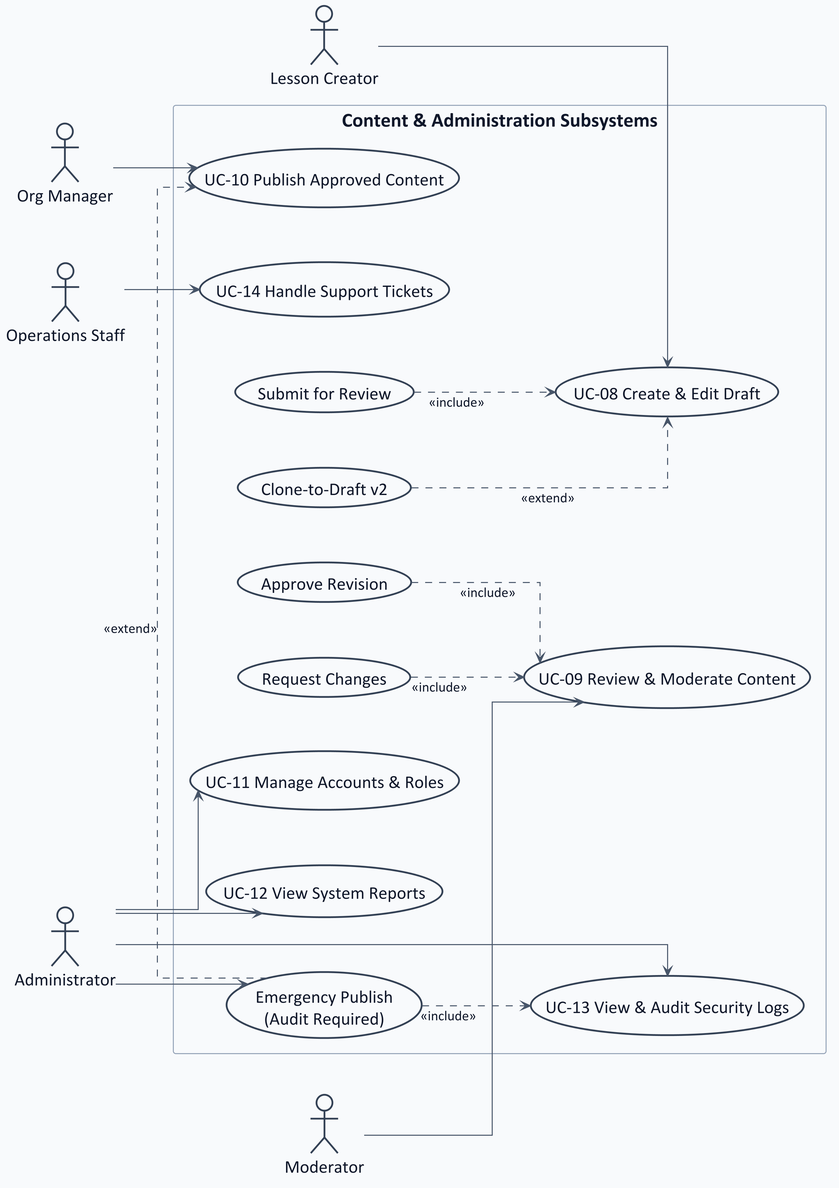
The PlantUML diagram docs/diagrams/lingora-modeling/out/04-usecase-content-admin.png in PhamNguyenThanhTung/lingora-workspace, before a commit. Its source is kept beside it as docs/diagrams/lingora-modeling/src/04-usecase-content-admin.puml. Its diagram source:
```plantuml
@startuml
!include _style.puml
left to right direction
skinparam linetype ortho
skinparam nodesep 55
skinparam ranksep 65

actor "Lesson Creator" as Creator
actor "Moderator" as Moderator
actor "Org Manager" as OrgMgr
actor "Operations Staff" as OpsStaff
actor "Administrator" as Admin

rectangle "Content & Administration Subsystems" {
  usecase "UC-08 Create & Edit Draft" as UC08
  usecase "Submit for Review" as SubmitReview
  usecase "Clone-to-Draft v2" as CloneDraft

  usecase "UC-09 Review & Moderate Content" as UC09
  usecase "Approve Revision" as ApproveRev
  usecase "Request Changes" as RequestChanges

  usecase "UC-10 Publish Approved Content" as UC10
  usecase "Emergency Publish\n(Audit Required)" as EmergencyPublish

  usecase "UC-11 Manage Accounts & Roles" as UC11
  usecase "UC-12 View System Reports" as UC12
  usecase "UC-13 View & Audit Security Logs" as UC13
  usecase "UC-14 Handle Support Tickets" as UC14

  SubmitReview ..> UC08 : <<include>>
  CloneDraft ..> UC08 : <<extend>>

  ApproveRev ..> UC09 : <<include>>
  RequestChanges ..> UC09 : <<include>>

  EmergencyPublish .> UC10 : <<extend>>
  EmergencyPublish ..> UC13 : <<include>>
}

Creator --> UC08
Moderator --> UC09
OrgMgr --> UC10

Admin --> UC11
Admin --> UC12
Admin --> UC13
Admin --> EmergencyPublish

OpsStaff --> UC14

@enduml
```
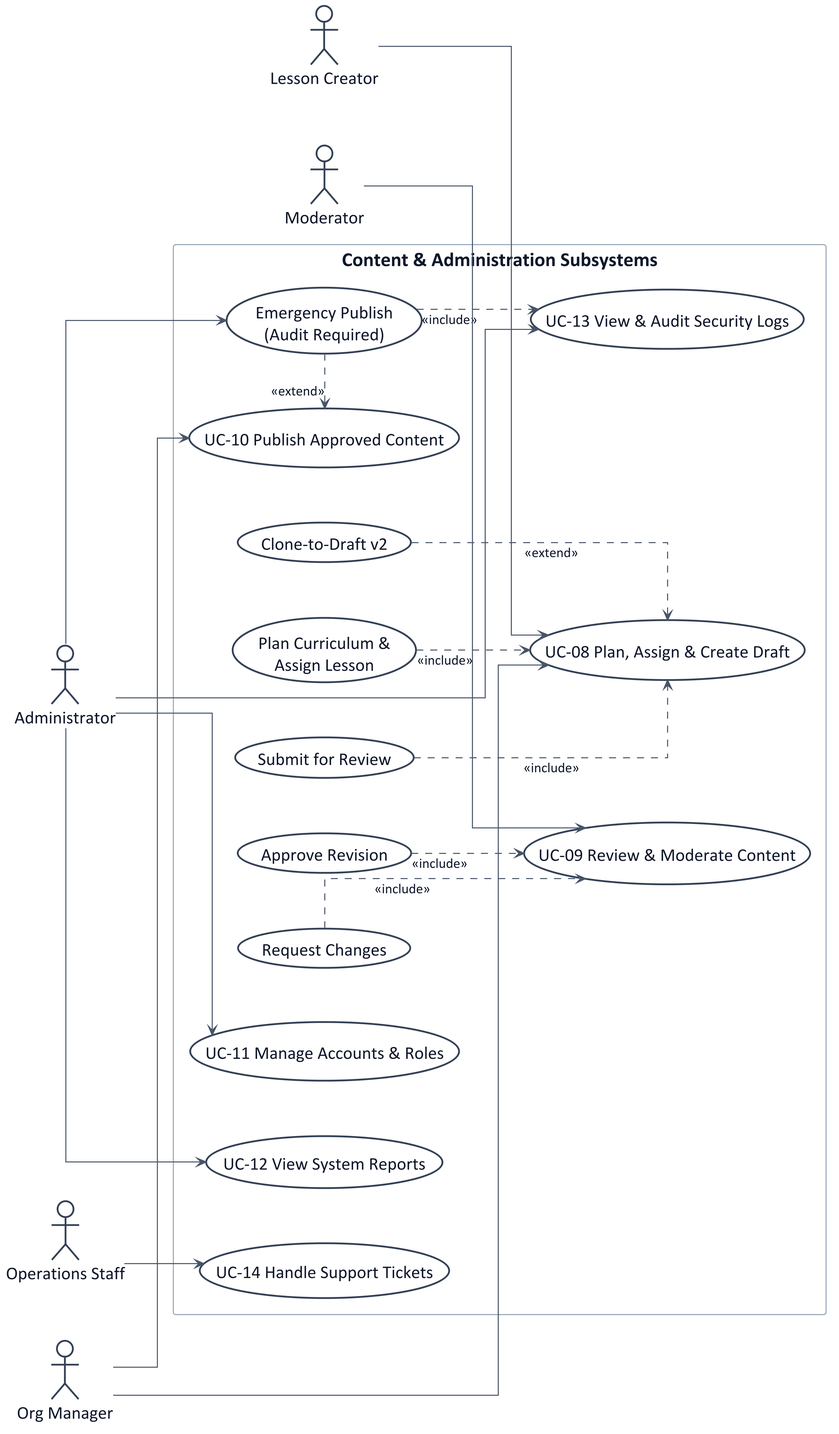
After the change.

Commit message:
feat(docs): integrate Org Manager curriculum planning and assignment into UC-08 across diagrams and deck

What changed in the source:
```diff
@@ -12,7 +12,8 @@
 actor "Administrator" as Admin
 
 rectangle "Content & Administration Subsystems" {
-  usecase "UC-08 Create & Edit Draft" as UC08
+  usecase "UC-08 Plan, Assign & Create Draft" as UC08
+  usecase "Plan Curriculum &\nAssign Lesson" as PlanAssign
   usecase "Submit for Review" as SubmitReview
   usecase "Clone-to-Draft v2" as CloneDraft
 
@@ -28,6 +29,7 @@
   usecase "UC-13 View & Audit Security Logs" as UC13
   usecase "UC-14 Handle Support Tickets" as UC14
 
+  PlanAssign ..> UC08 : <<include>>
   SubmitReview ..> UC08 : <<include>>
   CloneDraft ..> UC08 : <<extend>>
 
@@ -38,6 +40,7 @@
   EmergencyPublish ..> UC13 : <<include>>
 }
 
+OrgMgr --> UC08
 Creator --> UC08
 Moderator --> UC09
 OrgMgr --> UC10
```
